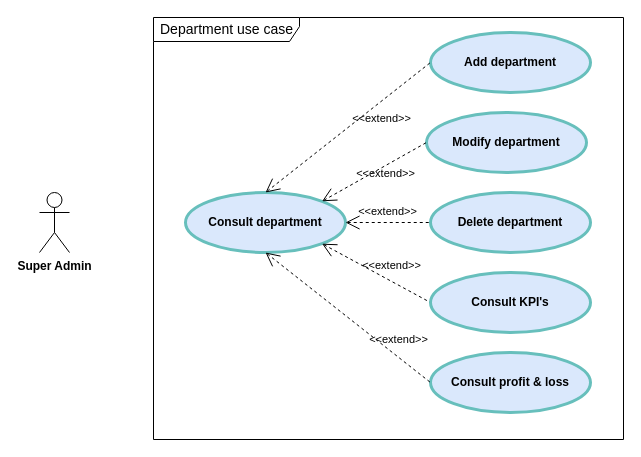
Before: Department Use Case.drawio in ZidiMedAmine/UML, a draw.io diagram. Source tidied: cells renumbered, new cells numbered last; positions are measured from the earlier drawing's top-left corner, leaving out a move shared by most shapes. Both pictures are drawn from the tidied source at 100%, with x=0, y=0 at pixel (39, 17).
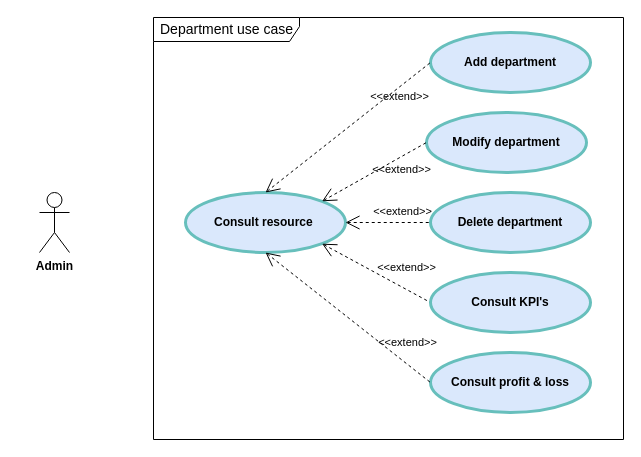
After the change.

What changed in the source:
```diff
@@
 <mxGraphModel>
   <root>
     <mxCell id="0" />
     <mxCell id="1" parent="0" />
     <mxCell id="2" value="Department use case" style="shape=umlFrame;tabPosition=left;html=1;boundedLbl=1;labelInHeader=1;width=146;height=24;swimlaneFillColor=#ffffff;align=left;spacingLeft=5;fontSize=14;" parent="1" vertex="1">
       <mxGeometry x="114" width="470" height="422" as="geometry" />
     </mxCell>
-    <mxCell id="3" value="&lt;span style=&quot;font-weight: 700&quot;&gt;Super Admin&lt;/span&gt;" style="shape=umlActor;verticalLabelPosition=bottom;verticalAlign=top;html=1;" parent="1" vertex="1">
+    <mxCell id="3" value="&lt;span style=&quot;font-weight: 700&quot;&gt;Admin&lt;/span&gt;" style="shape=umlActor;verticalLabelPosition=bottom;verticalAlign=top;html=1;" parent="1" vertex="1">
       <mxGeometry y="175" width="30" height="60" as="geometry" />
     </mxCell>
-    <mxCell id="4" value="Consult department" style="shape=ellipse;html=1;strokeWidth=3;fontStyle=1;whiteSpace=wrap;align=center;perimeter=ellipsePerimeter;fillColor=#dae8fc;strokeColor=#67BFBC;" parent="1" vertex="1">
+    <mxCell id="4" value="Consult resource&amp;nbsp;" style="shape=ellipse;html=1;strokeWidth=3;fontStyle=1;whiteSpace=wrap;align=center;perimeter=ellipsePerimeter;fillColor=#dae8fc;strokeColor=#67BFBC;" parent="1" vertex="1">
       <mxGeometry x="146" y="175" width="160" height="60" as="geometry" />
     </mxCell>
     <mxCell id="5" value="Add department" style="shape=ellipse;html=1;strokeWidth=3;fontStyle=1;whiteSpace=wrap;align=center;perimeter=ellipsePerimeter;fillColor=#dae8fc;strokeColor=#67BFBC;" parent="1" vertex="1">
       <mxGeometry x="391" y="15" width="160" height="60" as="geometry" />
     </mxCell>
     <mxCell id="6" value="Modify department" style="shape=ellipse;html=1;strokeWidth=3;fontStyle=1;whiteSpace=wrap;align=center;perimeter=ellipsePerimeter;fillColor=#dae8fc;strokeColor=#67BFBC;" parent="1" vertex="1">
       <mxGeometry x="387" y="95" width="160" height="60" as="geometry" />
     </mxCell>
     <mxCell id="7" value="Delete department" style="shape=ellipse;html=1;strokeWidth=3;fontStyle=1;whiteSpace=wrap;align=center;perimeter=ellipsePerimeter;fillColor=#dae8fc;strokeColor=#67BFBC;" parent="1" vertex="1">
       <mxGeometry x="391" y="175" width="160" height="60" as="geometry" />
     </mxCell>
     <mxCell id="8" value="&amp;lt;&amp;lt;extend&amp;gt;&amp;gt;" style="edgeStyle=none;html=1;startArrow=open;endArrow=none;startSize=12;verticalAlign=bottom;dashed=1;labelBackgroundColor=none;rounded=0;entryX=0;entryY=0.5;entryDx=0;entryDy=0;exitX=0.5;exitY=0;exitDx=0;exitDy=0;" parent="1" edge="1" source="4" target="5">
-      <mxGeometry x="0.25" y="-21" relative="1" as="geometry" />
+      <mxGeometry x="0.51" y="-15" relative="1" as="geometry" />
     </mxCell>
     <mxCell id="9" value="&amp;lt;&amp;lt;extend&amp;gt;&amp;gt;" style="edgeStyle=none;html=1;startArrow=open;endArrow=none;startSize=12;verticalAlign=bottom;dashed=1;labelBackgroundColor=none;rounded=0;entryX=0;entryY=0.5;entryDx=0;entryDy=0;exitX=1;exitY=0;exitDx=0;exitDy=0;" parent="1" edge="1" source="4" target="6">
-      <mxGeometry x="0.07" y="-15" relative="1" as="geometry" />
+      <mxGeometry x="0.34" y="-19" relative="1" as="geometry" />
     </mxCell>
     <mxCell id="10" value="&amp;lt;&amp;lt;extend&amp;gt;&amp;gt;" style="edgeStyle=none;html=1;startArrow=open;endArrow=none;startSize=12;verticalAlign=bottom;dashed=1;labelBackgroundColor=none;rounded=0;entryX=0;entryY=0.5;entryDx=0;entryDy=0;exitX=1;exitY=1;exitDx=0;exitDy=0;" parent="1" edge="1" source="4" target="13">
-      <mxGeometry x="0.24" y="6" relative="1" as="geometry" />
+      <mxGeometry x="0.46" y="11" relative="1" as="geometry" />
     </mxCell>
     <mxCell id="11" value="Consult profit &amp;amp; loss" style="shape=ellipse;html=1;strokeWidth=3;fontStyle=1;whiteSpace=wrap;align=center;perimeter=ellipsePerimeter;fillColor=#dae8fc;strokeColor=#67BFBC;" parent="1" vertex="1">
       <mxGeometry x="391" y="335" width="160" height="60" as="geometry" />
     </mxCell>
     <mxCell id="12" value="&amp;lt;&amp;lt;extend&amp;gt;&amp;gt;" style="edgeStyle=none;html=1;startArrow=open;endArrow=none;startSize=12;verticalAlign=bottom;dashed=1;labelBackgroundColor=none;rounded=0;entryX=0;entryY=0.5;entryDx=0;entryDy=0;exitX=0.5;exitY=1;exitDx=0;exitDy=0;" parent="1" edge="1" source="4" target="11">
-      <mxGeometry x="0.56" y="7" relative="1" as="geometry" />
+      <mxGeometry x="0.65" y="10" relative="1" as="geometry" />
     </mxCell>
     <mxCell id="13" value="Consult KPI's" style="shape=ellipse;html=1;strokeWidth=3;fontStyle=1;whiteSpace=wrap;align=center;perimeter=ellipsePerimeter;fillColor=#dae8fc;strokeColor=#67BFBC;" parent="1" vertex="1">
       <mxGeometry x="391" y="255" width="160" height="60" as="geometry" />
     </mxCell>
     <mxCell id="14" value="&amp;lt;&amp;lt;extend&amp;gt;&amp;gt;" style="edgeStyle=none;html=1;startArrow=open;endArrow=none;startSize=12;verticalAlign=bottom;dashed=1;labelBackgroundColor=none;rounded=0;" parent="1" edge="1" source="4" target="7">
-      <mxGeometry x="-0.01" y="2" relative="1" as="geometry" />
+      <mxGeometry x="0.34" y="2" relative="1" as="geometry" />
     </mxCell>
   </root>
 </mxGraphModel>
```
